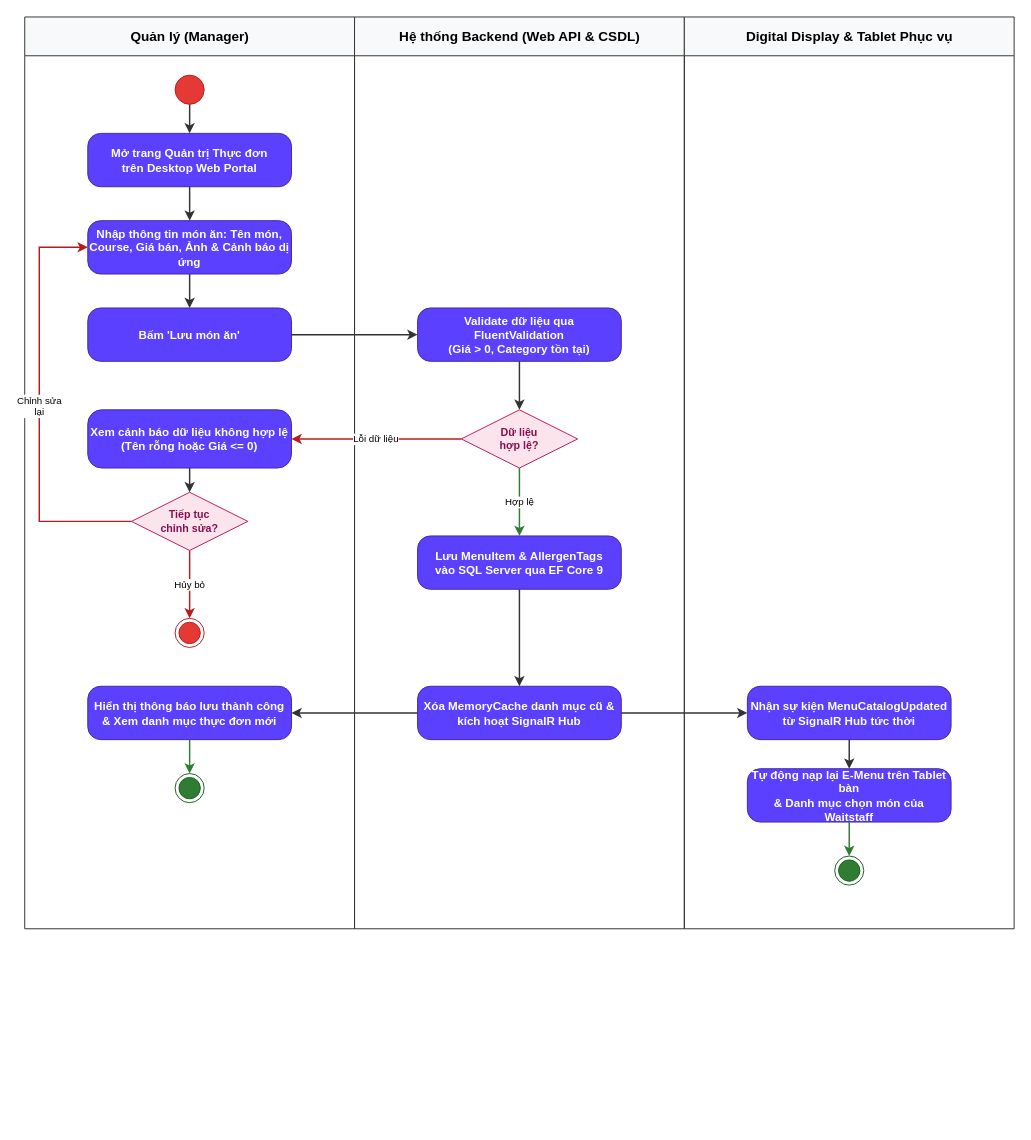
Earlier version of the draw.io diagram docs/phase1/drawio/ad11_menu_management.drawio (AndrewQng/VinDining). Source tidied: cells renumbered, new cells numbered last; positions are measured from the earlier drawing's top-left corner, leaving out a move shared by most shapes. Both pictures are drawn from the tidied source at 97%, with x=0, y=0 at pixel (24, 16).
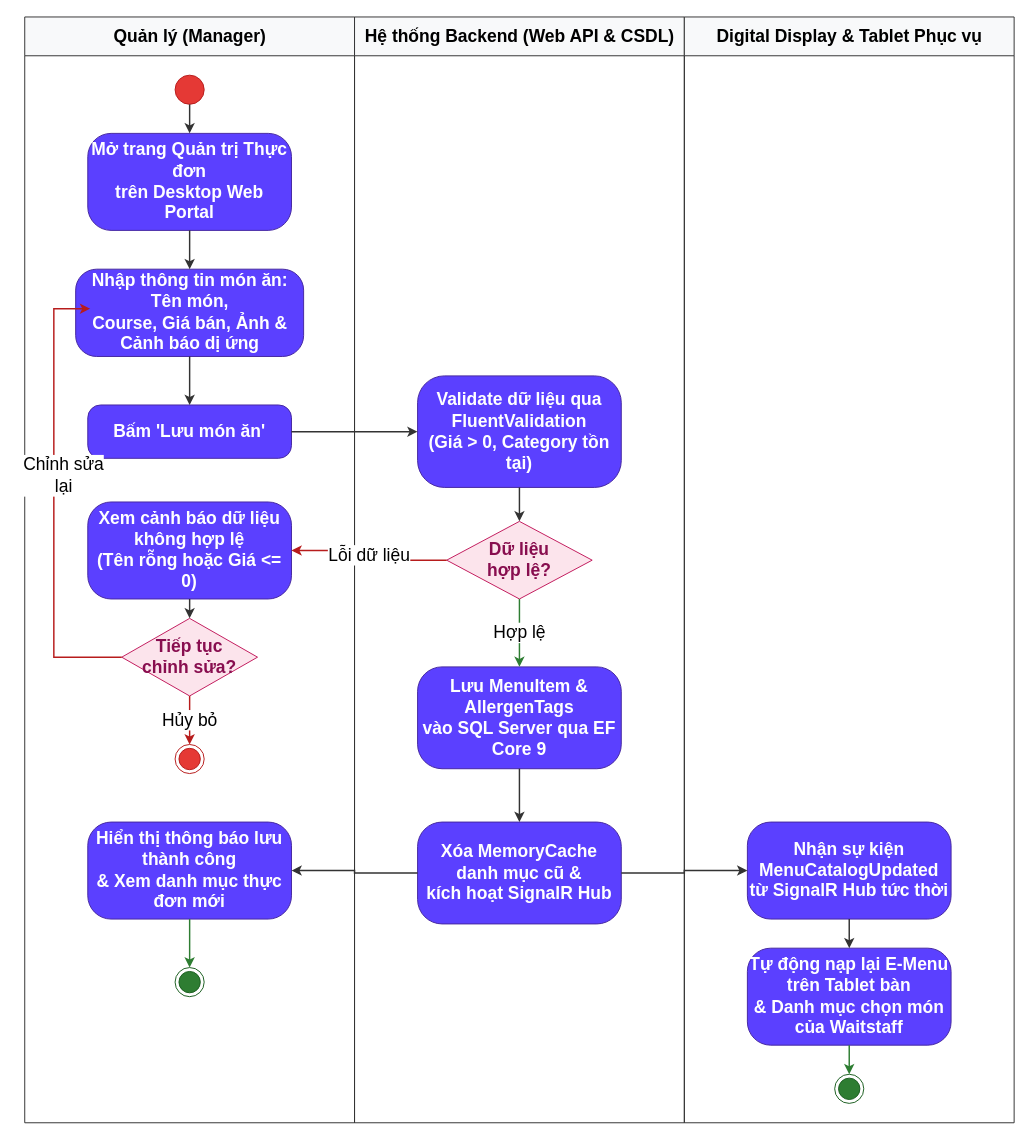
After the change.

What changed in the source:
```diff
@@
-    <mxCell id="2" value="Quản lý (Manager)" style="swimlane;html=1;startSize=40;horizontal=1;fontStyle=1;fontSize=14;align=center;verticalAlign=middle;fillColor=#f8f9fa;strokeColor=#333333;swimlaneLine=1;" parent="1" vertex="1">
-      <mxGeometry width="340" height="940" as="geometry" />
+    <mxCell id="2" value="Quản lý (Manager)" style="swimlane;html=1;startSize=40;horizontal=1;fontStyle=1;fontSize=18;align=center;verticalAlign=middle;fillColor=#f8f9fa;strokeColor=#333333;swimlaneLine=1;" parent="1" vertex="1">
+      <mxGeometry width="340" height="1140" as="geometry" />
     </mxCell>
-    <mxCell id="3" style="ellipse;whiteSpace=wrap;html=1;fillColor=#e53935;strokeColor=#b71c1c;" parent="2" vertex="1">
+    <mxCell id="3" style="ellipse;whiteSpace=wrap;html=1;fillColor=#e53935;strokeColor=#b71c1c;fontSize=18;" parent="2" vertex="1">
       <mxGeometry x="155" y="60" width="30" height="30" as="geometry" />
     </mxCell>
-    <mxCell id="4" value="Mở trang Quản trị Thực đơn&#10;trên Desktop Web Portal" style="rounded=1;arcSize=24;whiteSpace=wrap;html=1;fillColor=#5b40ff;strokeColor=#4527a0;fontColor=#ffffff;fontStyle=1;fontSize=12;align=center;verticalAlign=middle;" parent="2" vertex="1">
-      <mxGeometry x="65" y="120" width="210" height="55" as="geometry" />
+    <mxCell id="4" value="Mở trang Quản trị Thực đơn&#10;trên Desktop Web Portal" style="rounded=1;arcSize=24;whiteSpace=wrap;html=1;fillColor=#5b40ff;strokeColor=#4527a0;fontColor=#ffffff;fontStyle=1;fontSize=18;align=center;verticalAlign=middle;" parent="2" vertex="1">
+      <mxGeometry x="65" y="120" width="210" height="100" as="geometry" />
     </mxCell>
-    <mxCell id="5" value="Nhập thông tin món ăn: Tên món,&#10;Course, Giá bán, Ảnh &amp; Cảnh báo dị ứng" style="rounded=1;arcSize=24;whiteSpace=wrap;html=1;fillColor=#5b40ff;strokeColor=#4527a0;fontColor=#ffffff;fontStyle=1;fontSize=12;align=center;verticalAlign=middle;" parent="2" vertex="1">
-      <mxGeometry x="65" y="210" width="210" height="55" as="geometry" />
+    <mxCell id="5" value="Nhập thông tin món ăn: Tên món,&#10;Course, Giá bán, Ảnh &amp;amp; Cảnh báo dị ứng" style="rounded=1;arcSize=24;whiteSpace=wrap;html=1;fillColor=#5b40ff;strokeColor=#4527a0;fontColor=#ffffff;fontStyle=1;fontSize=18;align=center;verticalAlign=middle;" parent="2" vertex="1">
+      <mxGeometry x="52.5" y="260" width="235" height="90" as="geometry" />
     </mxCell>
-    <mxCell id="6" value="Bấm 'Lưu món ăn'" style="rounded=1;arcSize=24;whiteSpace=wrap;html=1;fillColor=#5b40ff;strokeColor=#4527a0;fontColor=#ffffff;fontStyle=1;fontSize=12;align=center;verticalAlign=middle;" parent="2" vertex="1">
-      <mxGeometry x="65" y="300" width="210" height="55" as="geometry" />
+    <mxCell id="6" value="Bấm 'Lưu món ăn'" style="rounded=1;arcSize=24;whiteSpace=wrap;html=1;fillColor=#5b40ff;strokeColor=#4527a0;fontColor=#ffffff;fontStyle=1;fontSize=18;align=center;verticalAlign=middle;" parent="2" vertex="1">
+      <mxGeometry x="65" y="400" width="210" height="55" as="geometry" />
     </mxCell>
-    <mxCell id="7" value="Xem cảnh báo dữ liệu không hợp lệ&#10;(Tên rỗng hoặc Giá &lt;= 0)" style="rounded=1;arcSize=24;whiteSpace=wrap;html=1;fillColor=#5b40ff;strokeColor=#4527a0;fontColor=#ffffff;fontStyle=1;fontSize=12;align=center;verticalAlign=middle;" parent="2" vertex="1">
-      <mxGeometry x="65" y="405" width="210" height="60" as="geometry" />
+    <mxCell id="7" value="Xem cảnh báo dữ liệu không hợp lệ&#10;(Tên rỗng hoặc Giá &amp;lt;= 0)" style="rounded=1;arcSize=24;whiteSpace=wrap;html=1;fillColor=#5b40ff;strokeColor=#4527a0;fontColor=#ffffff;fontStyle=1;fontSize=18;align=center;verticalAlign=middle;" parent="2" vertex="1">
+      <mxGeometry x="65" y="500" width="210" height="100" as="geometry" />
     </mxCell>
-    <mxCell id="8" value="Tiếp tục&#10;chỉnh sửa?" style="rhombus;whiteSpace=wrap;html=1;fillColor=#fce4ec;strokeColor=#c2185b;fontColor=#880e4f;fontStyle=1;fontSize=11;align=center;verticalAlign=middle;" parent="2" vertex="1">
-      <mxGeometry x="110" y="490" width="120" height="60" as="geometry" />
+    <mxCell id="8" value="Tiếp tục&#10;chỉnh sửa?" style="rhombus;whiteSpace=wrap;html=1;fillColor=#fce4ec;strokeColor=#c2185b;fontColor=#880e4f;fontStyle=1;fontSize=18;align=center;verticalAlign=middle;" parent="2" vertex="1">
+      <mxGeometry x="100" y="620" width="140" height="80" as="geometry" />
     </mxCell>
-    <mxCell id="9" style="ellipse;html=1;shape=endState;fillColor=#e53935;strokeColor=#b71c1c;" parent="2" vertex="1">
-      <mxGeometry x="155" y="620" width="30" height="30" as="geometry" />
+    <mxCell id="9" style="ellipse;html=1;shape=endState;fillColor=#e53935;strokeColor=#b71c1c;fontSize=18;" parent="2" vertex="1">
+      <mxGeometry x="155" y="750" width="30" height="30" as="geometry" />
     </mxCell>
-    <mxCell id="10" value="Hiển thị thông báo lưu thành công&#10;&amp; Xem danh mục thực đơn mới" style="rounded=1;arcSize=24;whiteSpace=wrap;html=1;fillColor=#5b40ff;strokeColor=#4527a0;fontColor=#ffffff;fontStyle=1;fontSize=12;align=center;verticalAlign=middle;" parent="2" vertex="1">
-      <mxGeometry x="65" y="690" width="210" height="55" as="geometry" />
+    <mxCell id="10" value="Hiển thị thông báo lưu thành công&#10;&amp;amp; Xem danh mục thực đơn mới" style="rounded=1;arcSize=24;whiteSpace=wrap;html=1;fillColor=#5b40ff;strokeColor=#4527a0;fontColor=#ffffff;fontStyle=1;fontSize=18;align=center;verticalAlign=middle;" parent="2" vertex="1">
+      <mxGeometry x="65" y="830" width="210" height="100" as="geometry" />
     </mxCell>
+    <mxCell id="33" style="edgeStyle=orthogonalEdgeStyle;rounded=0;strokeColor=#2e7d32;strokeWidth=1.5;html=1;exitX=0.5;exitY=1;entryX=0.5;entryY=0;fontSize=18;" parent="2" edge="1" source="10" target="11">
+      <mxGeometry relative="1" as="geometry" />
+    </mxCell>
-    <mxCell id="11" style="ellipse;html=1;shape=endState;fillColor=#2e7d32;strokeColor=#1b5e20;" parent="2" vertex="1">
-      <mxGeometry x="155" y="780" width="30" height="30" as="geometry" />
+    <mxCell id="11" style="ellipse;html=1;shape=endState;fillColor=#2e7d32;strokeColor=#1b5e20;fontSize=18;" parent="2" vertex="1">
+      <mxGeometry x="155" y="980" width="30" height="30" as="geometry" />
     </mxCell>
+    <mxCell id="29" value="Chỉnh sửa&#10;lại" style="edgeStyle=orthogonalEdgeStyle;rounded=0;strokeColor=#b71c1c;strokeWidth=1.5;html=1;fontSize=18;labelBackgroundColor=#ffffff;exitX=0;exitY=0.5;entryX=0;entryY=0.452;entryDx=0;entryDy=0;entryPerimeter=0;exitDx=0;exitDy=0;" parent="2" edge="1" source="8">
+      <mxGeometry x="0.1" y="-10" relative="1" as="geometry">
+        <mxPoint x="67.5" y="300.7" as="targetPoint" />
+        <Array as="points">
+          <mxPoint x="30" y="660" />
+          <mxPoint x="30" y="300" />
+          <mxPoint x="67.5" y="300" />
+        </Array>
+      </mxGeometry>
+    </mxCell>
-    <mxCell id="12" value="Hệ thống Backend (Web API &amp; CSDL)" style="swimlane;html=1;startSize=40;horizontal=1;fontStyle=1;fontSize=14;align=center;verticalAlign=middle;fillColor=#f8f9fa;strokeColor=#333333;swimlaneLine=1;" parent="1" vertex="1">
-      <mxGeometry x="340" width="340" height="940" as="geometry" />
+    <mxCell id="12" value="Hệ thống Backend (Web API &amp;amp; CSDL)" style="swimlane;html=1;startSize=40;horizontal=1;fontStyle=1;fontSize=18;align=center;verticalAlign=middle;fillColor=#f8f9fa;strokeColor=#333333;swimlaneLine=1;" parent="1" vertex="1">
+      <mxGeometry x="340" width="340" height="1140" as="geometry" />
     </mxCell>
-    <mxCell id="13" value="Validate dữ liệu qua FluentValidation&#10;(Giá &gt; 0, Category tồn tại)" style="rounded=1;arcSize=24;whiteSpace=wrap;html=1;fillColor=#5b40ff;strokeColor=#4527a0;fontColor=#ffffff;fontStyle=1;fontSize=12;align=center;verticalAlign=middle;" parent="12" vertex="1">
-      <mxGeometry x="65" y="300" width="210" height="55" as="geometry" />
+    <mxCell id="13" value="Validate dữ liệu qua FluentValidation&#10;(Giá &amp;gt; 0, Category tồn tại)" style="rounded=1;arcSize=24;whiteSpace=wrap;html=1;fillColor=#5b40ff;strokeColor=#4527a0;fontColor=#ffffff;fontStyle=1;fontSize=18;align=center;verticalAlign=middle;" parent="12" vertex="1">
+      <mxGeometry x="65" y="370" width="210" height="115" as="geometry" />
     </mxCell>
-    <mxCell id="14" value="Dữ liệu&#10;hợp lệ?" style="rhombus;whiteSpace=wrap;html=1;fillColor=#fce4ec;strokeColor=#c2185b;fontColor=#880e4f;fontStyle=1;fontSize=11;align=center;verticalAlign=middle;" parent="12" vertex="1">
-      <mxGeometry x="110" y="405" width="120" height="60" as="geometry" />
+    <mxCell id="14" value="Dữ liệu&#10;hợp lệ?" style="rhombus;whiteSpace=wrap;html=1;fillColor=#fce4ec;strokeColor=#c2185b;fontColor=#880e4f;fontStyle=1;fontSize=18;align=center;verticalAlign=middle;" parent="12" vertex="1">
+      <mxGeometry x="95" y="520" width="150" height="80" as="geometry" />
     </mxCell>
-    <mxCell id="15" value="Lưu MenuItem &amp; AllergenTags&#10;vào SQL Server qua EF Core 9" style="rounded=1;arcSize=24;whiteSpace=wrap;html=1;fillColor=#5b40ff;strokeColor=#4527a0;fontColor=#ffffff;fontStyle=1;fontSize=12;align=center;verticalAlign=middle;" parent="12" vertex="1">
-      <mxGeometry x="65" y="535" width="210" height="55" as="geometry" />
+    <mxCell id="15" value="Lưu MenuItem &amp;amp; AllergenTags&#10;vào SQL Server qua EF Core 9" style="rounded=1;arcSize=24;whiteSpace=wrap;html=1;fillColor=#5b40ff;strokeColor=#4527a0;fontColor=#ffffff;fontStyle=1;fontSize=18;align=center;verticalAlign=middle;" parent="12" vertex="1">
+      <mxGeometry x="65" y="670" width="210" height="105" as="geometry" />
     </mxCell>
-    <mxCell id="16" value="Xóa MemoryCache danh mục cũ &amp;&#10;kích hoạt SignalR Hub" style="rounded=1;arcSize=24;whiteSpace=wrap;html=1;fillColor=#5b40ff;strokeColor=#4527a0;fontColor=#ffffff;fontStyle=1;fontSize=12;align=center;verticalAlign=middle;" parent="12" vertex="1">
-      <mxGeometry x="65" y="690" width="210" height="55" as="geometry" />
+    <mxCell id="16" value="Xóa MemoryCache danh mục cũ &amp;amp;&#10;kích hoạt SignalR Hub" style="rounded=1;arcSize=24;whiteSpace=wrap;html=1;fillColor=#5b40ff;strokeColor=#4527a0;fontColor=#ffffff;fontStyle=1;fontSize=18;align=center;verticalAlign=middle;" parent="12" vertex="1">
+      <mxGeometry x="65" y="830" width="210" height="105" as="geometry" />
     </mxCell>
+    <mxCell id="25" style="edgeStyle=orthogonalEdgeStyle;rounded=0;strokeColor=#333333;strokeWidth=1.5;html=1;exitX=0.5;exitY=1;entryX=0.5;entryY=0;fontSize=18;" parent="12" edge="1" source="13" target="14">
+      <mxGeometry relative="1" as="geometry" />
+    </mxCell>
+    <mxCell id="30" value="Hợp lệ" style="edgeStyle=orthogonalEdgeStyle;rounded=0;strokeColor=#2e7d32;strokeWidth=1.5;html=1;fontSize=18;labelBackgroundColor=#ffffff;exitX=0.5;exitY=1;entryX=0.5;entryY=0;" parent="12" edge="1" source="14" target="15">
+      <mxGeometry relative="1" as="geometry" />
+    </mxCell>
+    <mxCell id="31" style="edgeStyle=orthogonalEdgeStyle;rounded=0;strokeColor=#333333;strokeWidth=1.5;html=1;exitX=0.5;exitY=1;entryX=0.5;entryY=0;fontSize=18;" parent="12" edge="1" source="15" target="16">
+      <mxGeometry relative="1" as="geometry" />
+    </mxCell>
-    <mxCell id="17" value="Digital Display &amp; Tablet Phục vụ" style="swimlane;html=1;startSize=40;horizontal=1;fontStyle=1;fontSize=14;align=center;verticalAlign=middle;fillColor=#f8f9fa;strokeColor=#333333;swimlaneLine=1;" parent="1" vertex="1">
-      <mxGeometry x="680" width="340" height="940" as="geometry" />
+    <mxCell id="17" value="Digital Display &amp;amp; Tablet Phục vụ" style="swimlane;html=1;startSize=40;horizontal=1;fontStyle=1;fontSize=18;align=center;verticalAlign=middle;fillColor=#f8f9fa;strokeColor=#333333;swimlaneLine=1;" parent="1" vertex="1">
+      <mxGeometry x="680" width="340" height="1140" as="geometry" />
     </mxCell>
-    <mxCell id="18" value="Nhận sự kiện MenuCatalogUpdated&#10;từ SignalR Hub tức thời" style="rounded=1;arcSize=24;whiteSpace=wrap;html=1;fillColor=#5b40ff;strokeColor=#4527a0;fontColor=#ffffff;fontStyle=1;fontSize=12;align=center;verticalAlign=middle;" parent="17" vertex="1">
-      <mxGeometry x="65" y="690" width="210" height="55" as="geometry" />
+    <mxCell id="18" value="Nhận sự kiện MenuCatalogUpdated&#10;từ SignalR Hub tức thời" style="rounded=1;arcSize=24;whiteSpace=wrap;html=1;fillColor=#5b40ff;strokeColor=#4527a0;fontColor=#ffffff;fontStyle=1;fontSize=18;align=center;verticalAlign=middle;" parent="17" vertex="1">
+      <mxGeometry x="65" y="830" width="210" height="100" as="geometry" />
     </mxCell>
-    <mxCell id="19" value="Tự động nạp lại E-Menu trên Tablet bàn&#10;&amp; Danh mục chọn món của Waitstaff" style="rounded=1;arcSize=24;whiteSpace=wrap;html=1;fillColor=#5b40ff;strokeColor=#4527a0;fontColor=#ffffff;fontStyle=1;fontSize=12;align=center;verticalAlign=middle;" parent="17" vertex="1">
-      <mxGeometry x="65" y="775" width="210" height="55" as="geometry" />
+    <mxCell id="19" value="Tự động nạp lại E-Menu trên Tablet bàn&#10;&amp;amp; Danh mục chọn món của Waitstaff" style="rounded=1;arcSize=24;whiteSpace=wrap;html=1;fillColor=#5b40ff;strokeColor=#4527a0;fontColor=#ffffff;fontStyle=1;fontSize=18;align=center;verticalAlign=middle;" parent="17" vertex="1">
+      <mxGeometry x="65" y="960" width="210" height="100" as="geometry" />
     </mxCell>
-    <mxCell id="20" style="ellipse;html=1;shape=endState;fillColor=#2e7d32;strokeColor=#1b5e20;" parent="17" vertex="1">
-      <mxGeometry x="155" y="865" width="30" height="30" as="geometry" />
+    <mxCell id="20" style="ellipse;html=1;shape=endState;fillColor=#2e7d32;strokeColor=#1b5e20;fontSize=18;" parent="17" vertex="1">
+      <mxGeometry x="155" y="1090" width="30" height="30" as="geometry" />
     </mxCell>
+    <mxCell id="35" style="edgeStyle=orthogonalEdgeStyle;rounded=0;strokeColor=#333333;strokeWidth=1.5;html=1;exitX=0.5;exitY=1;entryX=0.5;entryY=0;fontSize=18;" parent="17" edge="1" source="18" target="19">
+      <mxGeometry relative="1" as="geometry" />
+    </mxCell>
+    <mxCell id="36" style="edgeStyle=orthogonalEdgeStyle;rounded=0;strokeColor=#2e7d32;strokeWidth=1.5;html=1;exitX=0.5;exitY=1;entryX=0.5;entryY=0;fontSize=18;" parent="17" edge="1" source="19" target="20">
+      <mxGeometry relative="1" as="geometry" />
+    </mxCell>
-    <mxCell id="21" style="edgeStyle=orthogonalEdgeStyle;rounded=0;strokeColor=#333333;strokeWidth=1.5;html=1;" parent="1" edge="1" source="3" target="4">
+    <mxCell id="21" style="edgeStyle=orthogonalEdgeStyle;rounded=0;strokeColor=#333333;strokeWidth=1.5;html=1;fontSize=18;" parent="1" edge="1" source="3" target="4">
       <mxGeometry relative="1" as="geometry" />
     </mxCell>
-    <mxCell id="22" style="edgeStyle=orthogonalEdgeStyle;rounded=0;strokeColor=#333333;strokeWidth=1.5;html=1;" parent="1" edge="1" source="4" target="5">
+    <mxCell id="22" style="edgeStyle=orthogonalEdgeStyle;rounded=0;strokeColor=#333333;strokeWidth=1.5;html=1;fontSize=18;" parent="1" edge="1" source="4" target="5">
       <mxGeometry relative="1" as="geometry" />
     </mxCell>
-    <mxCell id="23" style="edgeStyle=orthogonalEdgeStyle;rounded=0;strokeColor=#333333;strokeWidth=1.5;html=1;" parent="1" edge="1" source="5" target="6">
+    <mxCell id="23" style="edgeStyle=orthogonalEdgeStyle;rounded=0;strokeColor=#333333;strokeWidth=1.5;html=1;fontSize=18;" parent="1" edge="1" source="5" target="6">
       <mxGeometry relative="1" as="geometry" />
     </mxCell>
-    <mxCell id="24" style="edgeStyle=orthogonalEdgeStyle;rounded=0;strokeColor=#333333;strokeWidth=1.5;html=1;exitX=1;exitY=0.5;entryX=0;entryY=0.5;" parent="1" edge="1" source="6" target="13">
+    <mxCell id="24" style="edgeStyle=orthogonalEdgeStyle;rounded=0;strokeColor=#333333;strokeWidth=1.5;html=1;exitX=1;exitY=0.5;entryX=0;entryY=0.5;fontSize=18;" parent="1" edge="1" source="6" target="13">
       <mxGeometry relative="1" as="geometry" />
     </mxCell>
-    <mxCell id="25" style="edgeStyle=orthogonalEdgeStyle;rounded=0;strokeColor=#333333;strokeWidth=1.5;html=1;exitX=0.5;exitY=1;entryX=0.5;entryY=0;" parent="1" edge="1" source="13" target="14">
-      <mxGeometry relative="1" as="geometry" />
-    </mxCell>
-    <mxCell id="26" value="Lỗi dữ liệu" style="edgeStyle=orthogonalEdgeStyle;rounded=0;strokeColor=#b71c1c;strokeWidth=1.5;html=1;fontSize=10;labelBackgroundColor=#ffffff;exitX=0;exitY=0.5;entryX=1;entryY=0.5;" parent="1" edge="1" source="14" target="7">
+    <mxCell id="26" value="Lỗi dữ liệu" style="edgeStyle=orthogonalEdgeStyle;rounded=0;strokeColor=#b71c1c;strokeWidth=1.5;html=1;fontSize=18;labelBackgroundColor=#ffffff;exitX=0;exitY=0.5;entryX=1;entryY=0.5;" parent="1" edge="1" source="14" target="7">
       <mxGeometry relative="1" as="geometry" />
     </mxCell>
-    <mxCell id="27" style="edgeStyle=orthogonalEdgeStyle;rounded=0;strokeColor=#333333;strokeWidth=1.5;html=1;exitX=0.5;exitY=1;entryX=0.5;entryY=0;" parent="1" edge="1" source="7" target="8">
+    <mxCell id="27" style="edgeStyle=orthogonalEdgeStyle;rounded=0;strokeColor=#333333;strokeWidth=1.5;html=1;exitX=0.5;exitY=1;entryX=0.5;entryY=0;fontSize=18;" parent="1" edge="1" source="7" target="8">
       <mxGeometry relative="1" as="geometry" />
     </mxCell>
-    <mxCell id="28" value="Hủy bỏ" style="edgeStyle=orthogonalEdgeStyle;rounded=0;strokeColor=#b71c1c;strokeWidth=1.5;html=1;fontSize=10;labelBackgroundColor=#ffffff;exitX=0.5;exitY=1;entryX=0.5;entryY=0;" parent="1" edge="1" source="8" target="9">
+    <mxCell id="28" value="Hủy bỏ" style="edgeStyle=orthogonalEdgeStyle;rounded=0;strokeColor=#b71c1c;strokeWidth=1.5;html=1;fontSize=18;labelBackgroundColor=#ffffff;exitX=0.5;exitY=1;entryX=0.5;entryY=0;" parent="1" edge="1" source="8" target="9">
       <mxGeometry relative="1" as="geometry" />
     </mxCell>
-    <mxCell id="29" value="Chỉnh sửa&#10;lại" style="edgeStyle=orthogonalEdgeStyle;rounded=0;strokeColor=#b71c1c;strokeWidth=1.5;html=1;fontSize=10;labelBackgroundColor=#ffffff;exitX=0;exitY=0.5;entryX=0;entryY=0.5;" parent="1" edge="1" source="8" target="5">
-      <mxGeometry relative="1" as="geometry">
-        <Array as="points">
-          <mxPoint x="15" y="520" />
-          <mxPoint x="15" y="237.5" />
-        </Array>
-      </mxGeometry>
-    </mxCell>
-    <mxCell id="30" value="Hợp lệ" style="edgeStyle=orthogonalEdgeStyle;rounded=0;strokeColor=#2e7d32;strokeWidth=1.5;html=1;fontSize=10;labelBackgroundColor=#ffffff;exitX=0.5;exitY=1;entryX=0.5;entryY=0;" parent="1" edge="1" source="14" target="15">
-      <mxGeometry relative="1" as="geometry" />
-    </mxCell>
-    <mxCell id="31" style="edgeStyle=orthogonalEdgeStyle;rounded=0;strokeColor=#333333;strokeWidth=1.5;html=1;exitX=0.5;exitY=1;entryX=0.5;entryY=0;" parent="1" edge="1" source="15" target="16">
-      <mxGeometry relative="1" as="geometry" />
-    </mxCell>
-    <mxCell id="32" style="edgeStyle=orthogonalEdgeStyle;rounded=0;strokeColor=#333333;strokeWidth=1.5;html=1;exitX=0;exitY=0.5;entryX=1;entryY=0.5;" parent="1" edge="1" source="16" target="10">
+    <mxCell id="32" style="edgeStyle=orthogonalEdgeStyle;rounded=0;strokeColor=#333333;strokeWidth=1.5;html=1;exitX=0;exitY=0.5;entryX=1;entryY=0.5;fontSize=18;" parent="1" edge="1" source="16" target="10">
       <mxGeometry relative="1" as="geometry" />
     </mxCell>
-    <mxCell id="33" style="edgeStyle=orthogonalEdgeStyle;rounded=0;strokeColor=#2e7d32;strokeWidth=1.5;html=1;exitX=0.5;exitY=1;entryX=0.5;entryY=0;" parent="1" edge="1" source="10" target="11">
-      <mxGeometry relative="1" as="geometry" />
-    </mxCell>
-    <mxCell id="34" style="edgeStyle=orthogonalEdgeStyle;rounded=0;strokeColor=#333333;strokeWidth=1.5;html=1;exitX=1;exitY=0.5;entryX=0;entryY=0.5;" parent="1" edge="1" source="16" target="18">
+    <mxCell id="34" style="edgeStyle=orthogonalEdgeStyle;rounded=0;strokeColor=#333333;strokeWidth=1.5;html=1;exitX=1;exitY=0.5;entryX=0;entryY=0.5;fontSize=18;" parent="1" edge="1" source="16" target="18">
       <mxGeometry relative="1" as="geometry" />
     </mxCell>
-    <mxCell id="35" style="edgeStyle=orthogonalEdgeStyle;rounded=0;strokeColor=#333333;strokeWidth=1.5;html=1;exitX=0.5;exitY=1;entryX=0.5;entryY=0;" parent="1" edge="1" source="18" target="19">
-      <mxGeometry relative="1" as="geometry" />
-    </mxCell>
-    <mxCell id="36" style="edgeStyle=orthogonalEdgeStyle;rounded=0;strokeColor=#2e7d32;strokeWidth=1.5;html=1;exitX=0.5;exitY=1;entryX=0.5;entryY=0;" parent="1" edge="1" source="19" target="20">
-      <mxGeometry relative="1" as="geometry" />
-    </mxCell>
```
